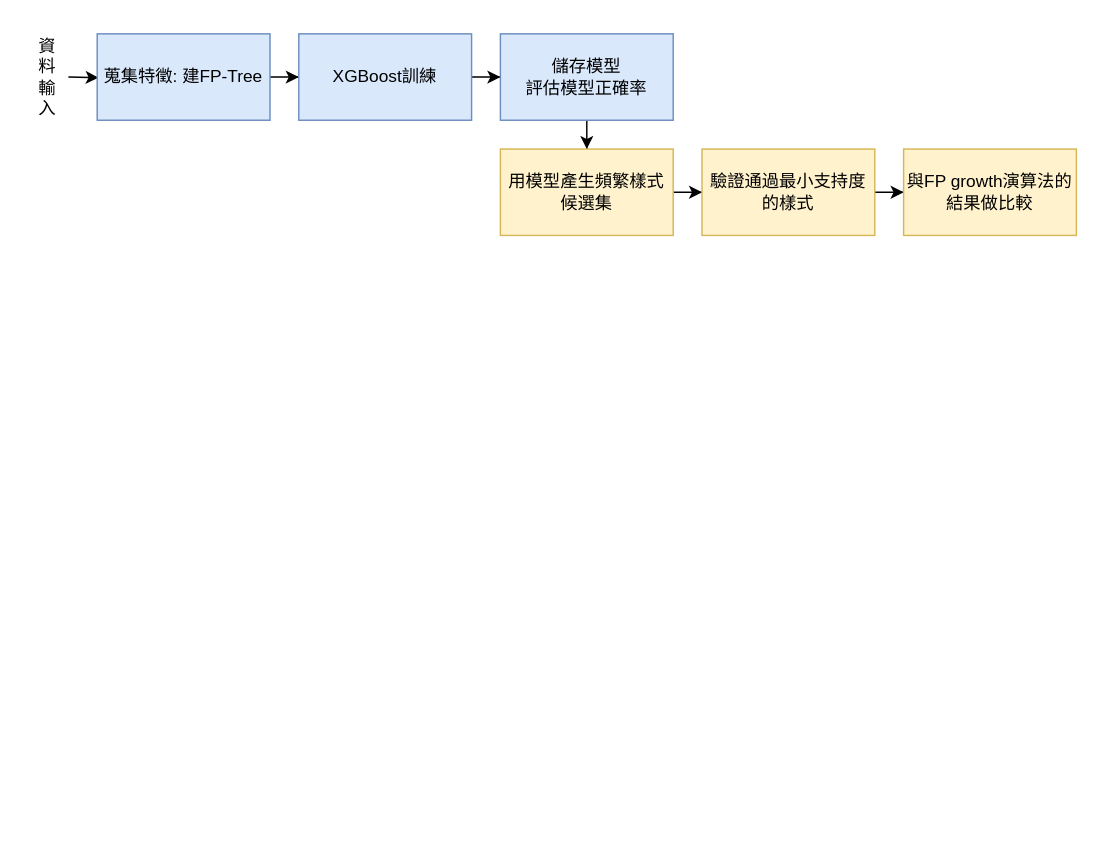
zoezou9/fp_mining keeps this draw.io diagram as figures/flowchart/fpmodel_flow.drawio. Above is the earlier version. Source tidied: cells renumbered, new cells numbered last; positions are measured from the earlier drawing's top-left corner, leaving out a move shared by most shapes. Both pictures are drawn from the tidied source at 144%, with x=0, y=0 at pixel (24, 24).
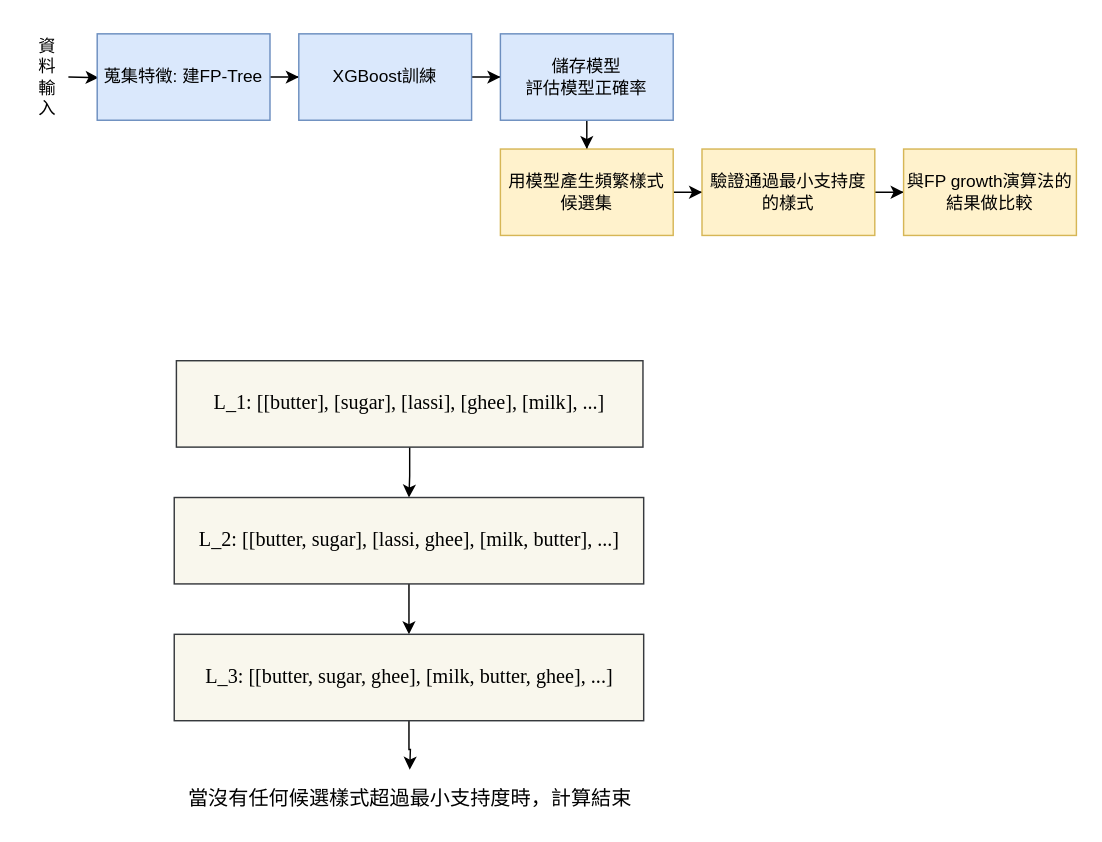
Above is the later version.

What changed in the source:
```diff
@@
+    <mxCell id="15" style="edgeStyle=orthogonalEdgeStyle;rounded=0;jettySize=auto;html=1;" parent="1" edge="1" source="16" target="18">
+      <mxGeometry relative="1" as="geometry" />
+    </mxCell>
+    <mxCell id="16" value="&lt;font face=&quot;Times New Roman&quot; style=&quot;font-size: 14px;&quot;&gt;L_1: [[butter], [sugar], [lassi], [ghee], [milk], ...]&lt;/font&gt;" style="rounded=0;whiteSpace=wrap;html=1;fillColor=#f9f7ed;strokeColor=#36393d;" parent="1" vertex="1">
+      <mxGeometry x="105" y="233" width="324" height="60" as="geometry" />
+    </mxCell>
+    <mxCell id="17" style="edgeStyle=orthogonalEdgeStyle;rounded=0;jettySize=auto;html=1;" parent="1" edge="1" source="18" target="20">
+      <mxGeometry relative="1" as="geometry" />
+    </mxCell>
+    <mxCell id="18" value="&lt;font face=&quot;Times New Roman&quot; style=&quot;font-size: 14px;&quot;&gt;L_2: [[butter, sugar], [lassi, ghee], [milk, butter], ...]&lt;/font&gt;" style="rounded=0;whiteSpace=wrap;html=1;fillColor=#f9f7ed;strokeColor=#36393d;" parent="1" vertex="1">
+      <mxGeometry x="103.5" y="328" width="326" height="60" as="geometry" />
+    </mxCell>
+    <mxCell id="19" style="edgeStyle=orthogonalEdgeStyle;rounded=0;jettySize=auto;html=1;" parent="1" edge="1" source="20">
+      <mxGeometry relative="1" as="geometry">
+        <mxPoint x="267" y="517" as="targetPoint" />
+      </mxGeometry>
+    </mxCell>
+    <mxCell id="20" value="&lt;font face=&quot;Times New Roman&quot; style=&quot;font-size: 14px;&quot;&gt;L_3: [[butter, sugar, ghee], [milk, butter, ghee], ...]&lt;/font&gt;" style="rounded=0;whiteSpace=wrap;html=1;fillColor=#f9f7ed;strokeColor=#36393d;" parent="1" vertex="1">
+      <mxGeometry x="103.5" y="423" width="326" height="60" as="geometry" />
+    </mxCell>
+    <mxCell id="21" value="&lt;font face=&quot;標楷體&quot; style=&quot;font-size: 14px;&quot;&gt;當沒有任何候選樣式超過最小支持度時，計算結束&lt;/font&gt;" style="text;html=1;align=center;verticalAlign=middle;strokeColor=none;fillColor=none;" parent="1" vertex="1">
+      <mxGeometry x="104" y="522" width="326" height="29" as="geometry" />
+    </mxCell>
```
